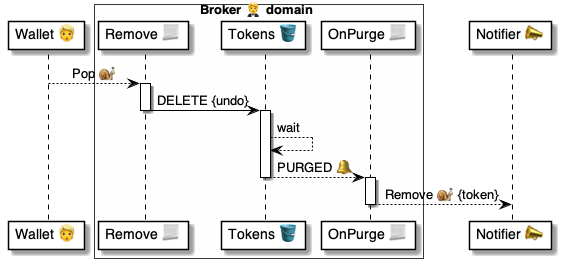
pollyweb-org/pollyweb-docs keeps this PlantUML diagram as 4 ⚙️ Solution/20 🧑‍🦰 UI/Brokers 🤵/🤵🪣 Broker tables/Tokens 🎫 table/OnTokenPurged 🔔/🤵 OnTokenPurged ⚙️ uml.png. Above is the earlier version. Its source is kept beside it as 4 ⚙️ Solution/20 🧑‍🦰 UI/Brokers 🤵/🤵🪣 Broker tables/Tokens 🎫 table/OnTokenPurged 🔔/🤵 OnTokenPurged ⚙️ uml.puml.
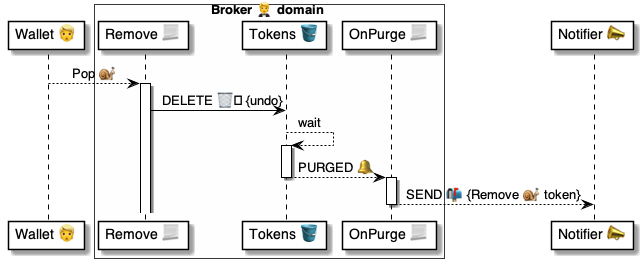
Above is the later version.

The edit, as a diff of the source:
```diff
@@ -13,16 +13,16 @@
 wallet --> remove: Pop 🐌
 
 activate remove
-    remove -> tokens: DELETE {undo}
-deactivate remove
+    remove -> tokens: DELETE 🗑️ {undo}
 
+
+    tokens --> tokens: wait
 activate tokens
-    tokens --> tokens: wait
     tokens --> purge: PURGED 🔔
 deactivate tokens
 
 activate purge
-    purge --> notifier: Remove 🐌 {token}
+    purge --> notifier: SEND 📬 {Remove 🐌 token}
 deactivate purge
 
 @enduml
```
